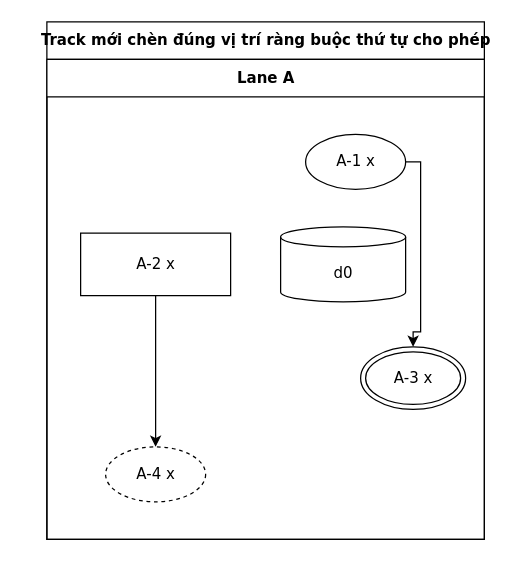
Before: conformance/golden/optimize/cases-67-track-insert-position.drawio in luytbq/flowcast, a draw.io diagram. Source tidied: cells renumbered, new cells numbered last; positions are measured from the earlier drawing's top-left corner, leaving out a move shared by most shapes. Both pictures are drawn from the tidied source at 125%, with x=0, y=0 at pixel (46, 21).
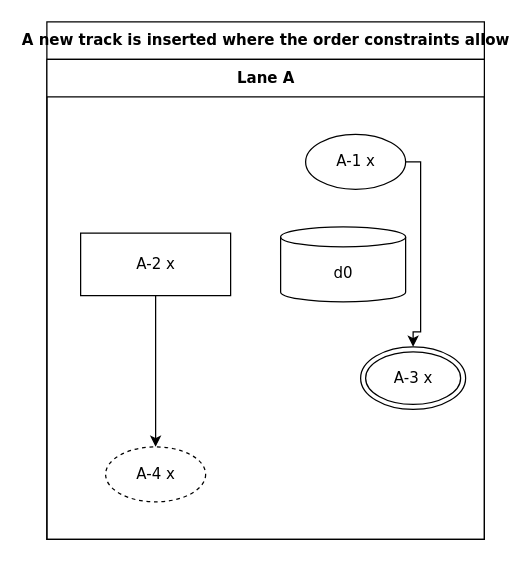
The same page after the edit.

Change to the diagram source:
```diff
@@
 <mxGraphModel>
   <root>
     <mxCell id="0" />
     <mxCell id="1" parent="0" />
-    <mxCell id="2" value="Track mới chèn đúng vị trí ràng buộc thứ tự cho phép" style="swimlane;html=1;startSize=30;fontStyle=1;fontFamily=Verdana;fontSize=12;flowtable=1;" parent="1" vertex="1">
+    <mxCell id="2" value="A new track is inserted where the order constraints allow" style="swimlane;html=1;startSize=30;fontStyle=1;fontFamily=Verdana;fontSize=12;flowtable=1;" parent="1" vertex="1">
       <mxGeometry width="350" height="414" as="geometry" />
     </mxCell>
     <mxCell id="3" value="Lane A" style="swimlane;html=1;startSize=30;fontFamily=Verdana;fontSize=12;flowtable=1;" parent="2" vertex="1">
       <mxGeometry y="30" width="350" height="384" as="geometry" />
     </mxCell>
     <mxCell id="4" value="A-1 x" style="ellipse;html=1;fontFamily=Verdana;fontSize=12;flowtable=1;" parent="3" vertex="1">
       <mxGeometry x="207" y="60" width="80" height="44" as="geometry" />
     </mxCell>
     <mxCell id="5" value="A-2 x" style="rounded=0;html=1;fontFamily=Verdana;fontSize=12;flowtable=1;" parent="3" vertex="1">
       <mxGeometry x="27" y="139" width="120" height="50" as="geometry" />
     </mxCell>
     <mxCell id="6" value="d0" style="shape=cylinder3;html=1;boundedLbl=1;backgroundOutline=1;size=8;fontFamily=Verdana;fontSize=12;flowtable=1;" parent="3" vertex="1">
       <mxGeometry x="187" y="134" width="100" height="60" as="geometry" />
     </mxCell>
     <mxCell id="7" value="A-3 x" style="shape=doubleEllipse;html=1;fontFamily=Verdana;fontSize=12;flowtable=1;" parent="3" vertex="1">
       <mxGeometry x="251" y="230" width="84" height="50" as="geometry" />
     </mxCell>
     <mxCell id="8" value="A-4 x" style="ellipse;html=1;dashed=1;fontFamily=Verdana;fontSize=12;flowtable=1;" parent="3" vertex="1">
       <mxGeometry x="47" y="310" width="80" height="44" as="geometry" />
     </mxCell>
     <mxCell id="9" style="edgeStyle=orthogonalEdgeStyle;rounded=0;jettySize=auto;html=1;labelBackgroundColor=default;exitX=1;exitY=0.5;exitDx=0;exitDy=0;entryX=0.5;entryY=0;entryDx=0;entryDy=0;fontFamily=Verdana;fontSize=12;flowtable=1;" parent="2" edge="1" source="4" target="7">
       <mxGeometry relative="1" as="geometry">
         <Array as="points">
           <mxPoint x="299" y="112" />
           <mxPoint x="299" y="248" />
           <mxPoint x="293" y="248" />
         </Array>
       </mxGeometry>
     </mxCell>
     <mxCell id="10" style="edgeStyle=orthogonalEdgeStyle;rounded=0;jettySize=auto;html=1;labelBackgroundColor=default;exitX=0.5;exitY=1;exitDx=0;exitDy=0;entryX=0.5;entryY=0;entryDx=0;entryDy=0;fontFamily=Verdana;fontSize=12;flowtable=1;" parent="2" edge="1" source="5" target="8">
       <mxGeometry relative="1" as="geometry" />
     </mxCell>
   </root>
 </mxGraphModel>
```
